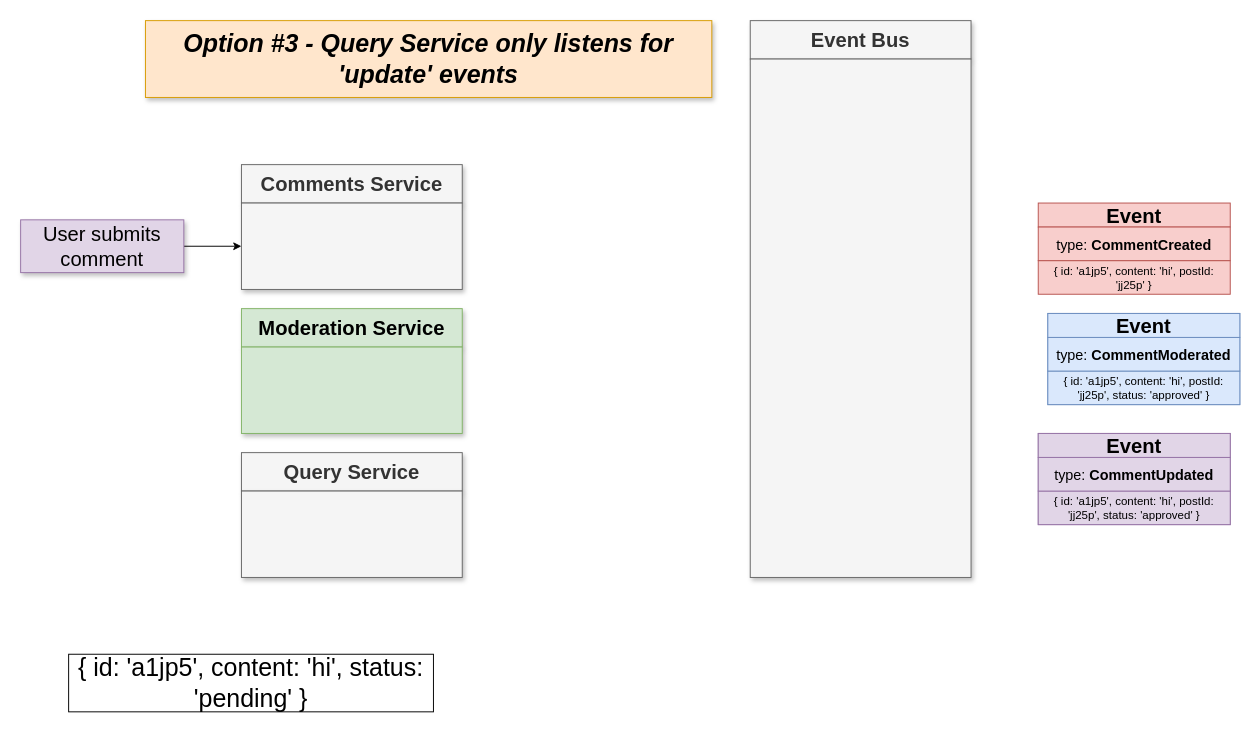
Above: page "17 - three" (25 of 29) of diagrams/02/02.drawio in HappySuzuki/microservices-cast (draw.io), before the change. Source tidied: cells renumbered, new cells numbered last; positions are measured from the earlier drawing's top-left corner, leaving out a move shared by most shapes. Both pictures are drawn from the tidied source at 96%, with x=0, y=0 at pixel (20, 20).
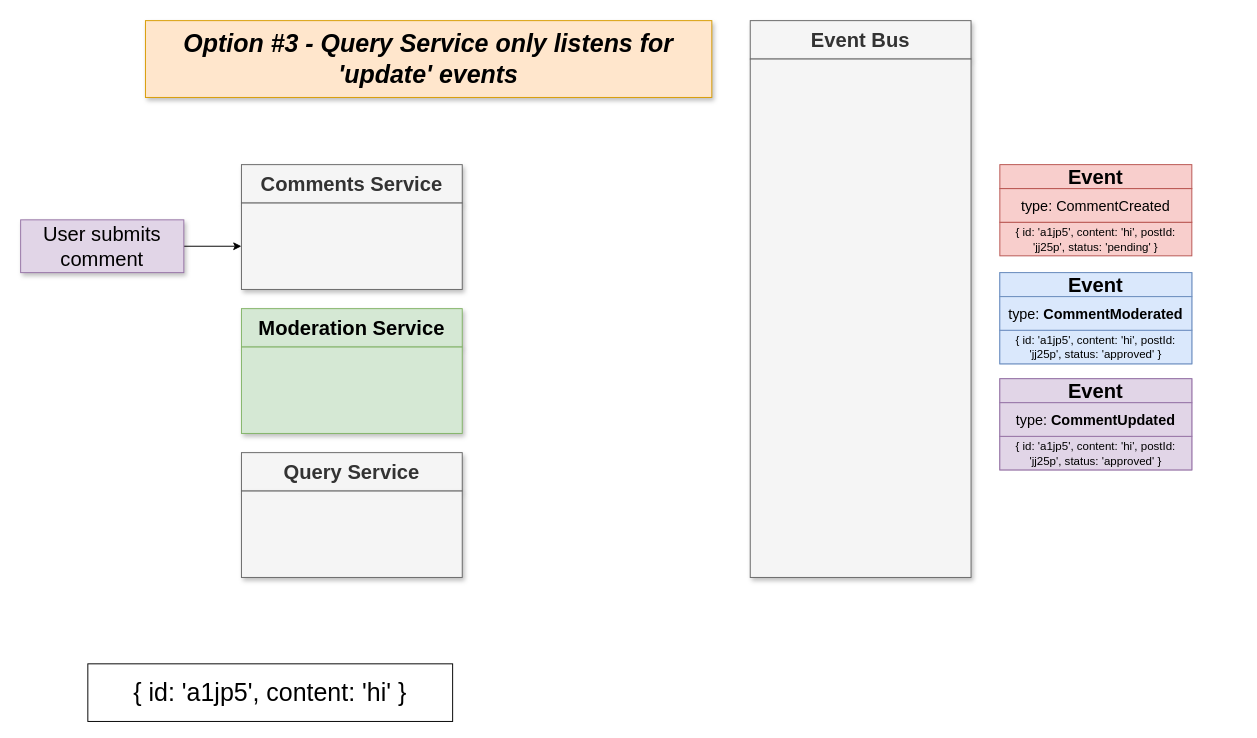
After the change.

What changed in the source:
```diff
@@
-    <mxCell id="9" style="group;" parent="1" vertex="1">
-      <mxGeometry x="1060" y="190" width="200" height="95" as="geometry" />
-    </mxCell>
-    <mxCell id="10" value="&lt;font style=&quot;font-size: 12px;&quot;&gt;{ id: 'a1jp5', content: 'hi', postId: 'jj25p' }&lt;/font&gt;" style="rounded=0;whiteSpace=wrap;html=1;shadow=0;fontSize=12;fillColor=#f8cecc;strokeColor=#b85450;" parent="9" vertex="1">
-      <mxGeometry y="60" width="200" height="35" as="geometry" />
-    </mxCell>
-    <mxCell id="11" value="&lt;b&gt;Event&lt;/b&gt;" style="rounded=0;whiteSpace=wrap;html=1;shadow=0;fontSize=21;fillColor=#f8cecc;strokeColor=#b85450;" parent="9" vertex="1">
-      <mxGeometry width="200" height="25" as="geometry" />
-    </mxCell>
-    <mxCell id="12" value="&lt;span style=&quot;font-size: 15px&quot;&gt;type: &lt;b&gt;CommentCreated&lt;/b&gt;&lt;/span&gt;" style="rounded=0;whiteSpace=wrap;html=1;shadow=0;fontSize=15;fillColor=#f8cecc;strokeColor=#b85450;fontStyle=0;" parent="9" vertex="1">
-      <mxGeometry y="25" width="200" height="35" as="geometry" />
-    </mxCell>
@@
     <mxCell id="18" style="group;fillColor=#dae8fc;strokeColor=#6c8ebf;" parent="1" vertex="1">
-      <mxGeometry x="1070" y="305" width="200" height="95" as="geometry" />
+      <mxGeometry x="1020" y="262.5" width="200" height="95" as="geometry" />
     </mxCell>
@@
     <mxCell id="22" style="group;fillColor=#e1d5e7;strokeColor=#9673a6;" parent="1" vertex="1">
-      <mxGeometry x="1060" y="430" width="200" height="95" as="geometry" />
+      <mxGeometry x="1020" y="373" width="200" height="95" as="geometry" />
     </mxCell>
@@
-    <mxCell id="26" value="{ id: 'a1jp5', content: 'hi', status: 'pending' }" style="rounded=0;whiteSpace=wrap;html=1;fontSize=26;align=center;" parent="1" vertex="1">
-      <mxGeometry x="50" y="660" width="380" height="60" as="geometry" />
-    </mxCell>
+    <mxCell id="27" value="{ id: 'a1jp5', content: 'hi' }" style="rounded=0;whiteSpace=wrap;html=1;fontSize=26;align=center;" parent="1" vertex="1">
+      <mxGeometry x="70" y="670" width="380" height="60" as="geometry" />
+    </mxCell>
+    <mxCell id="28" style="group;" parent="1" vertex="1">
+      <mxGeometry x="1020" y="150" width="200" height="95" as="geometry" />
+    </mxCell>
+    <mxCell id="29" value="&lt;font style=&quot;font-size: 12px&quot;&gt;{ id: 'a1jp5', content: 'hi', postId: 'jj25p', status: 'pending' }&lt;/font&gt;" style="rounded=0;whiteSpace=wrap;html=1;shadow=0;fontSize=12;fillColor=#f8cecc;strokeColor=#b85450;" parent="28" vertex="1">
+      <mxGeometry y="60" width="200" height="35" as="geometry" />
+    </mxCell>
+    <mxCell id="11" value="&lt;b&gt;Event&lt;/b&gt;" style="rounded=0;whiteSpace=wrap;html=1;shadow=0;fontSize=21;fillColor=#f8cecc;strokeColor=#b85450;" parent="28" vertex="1">
+      <mxGeometry width="200" height="25" as="geometry" />
+    </mxCell>
+    <mxCell id="12" value="&lt;span style=&quot;font-size: 15px&quot;&gt;type: CommentCreated&lt;/span&gt;" style="rounded=0;whiteSpace=wrap;html=1;shadow=0;fontSize=15;fillColor=#f8cecc;strokeColor=#b85450;fontStyle=0;" parent="28" vertex="1">
+      <mxGeometry y="25" width="200" height="35" as="geometry" />
+    </mxCell>
```
